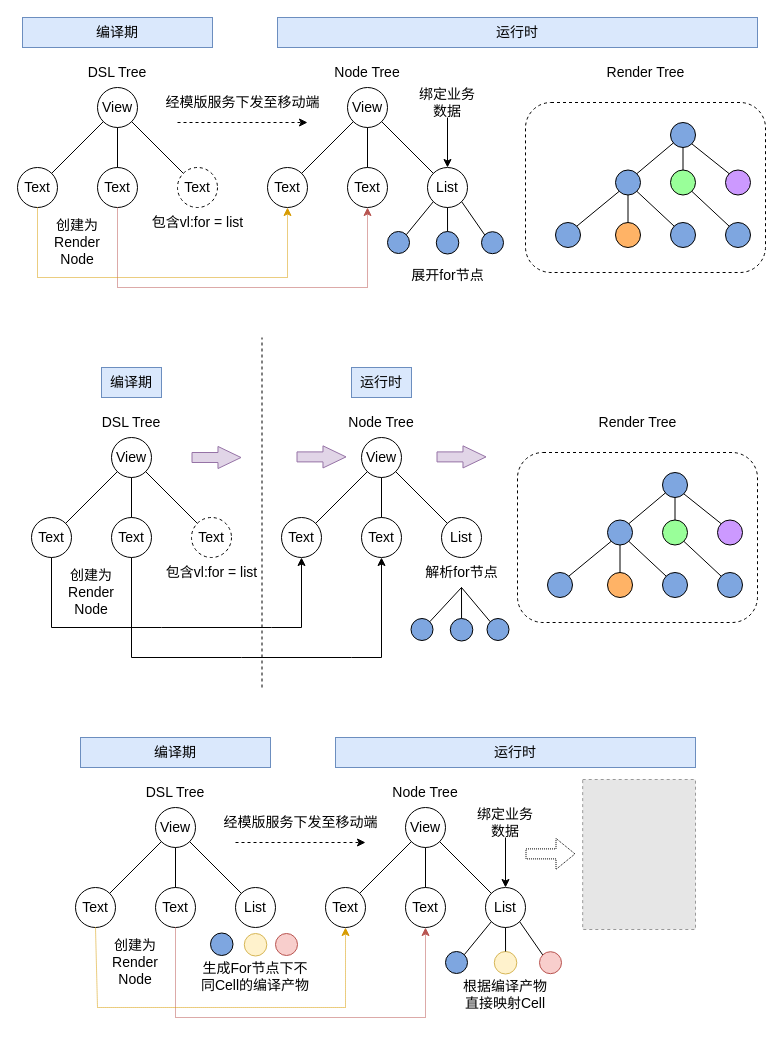
The draw.io diagram page "第 1 页" (1 of 2) of FS/未命名绘图.drawio in zqy0917/C_DR_Learn, before the edit. Source tidied: cells renumbered, new cells numbered last; positions are measured from the earlier drawing's top-left corner, leaving out a move shared by most shapes. Both pictures are drawn from the tidied source at 100%, with x=0, y=0 at pixel (17, 17). Pictures stored in the file or linked from it are replaced by grey dashed boxes.
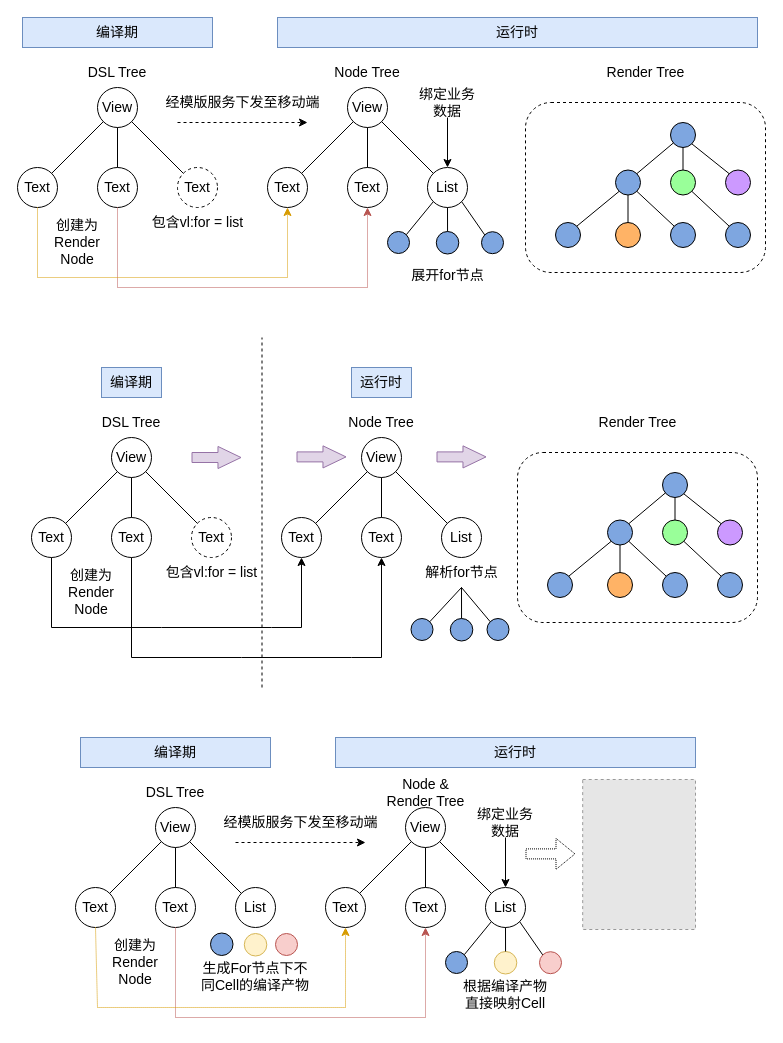
After the change.

Commit message:
更新未命名绘图.drawio

Change to the diagram source:
```diff
@@
-    <mxCell id="120" value="Node Tree" style="text;html=1;strokeColor=none;fillColor=none;align=center;verticalAlign=middle;whiteSpace=wrap;rounded=0;fontSize=14;" parent="1" vertex="1">
-      <mxGeometry x="373" y="760" width="70" height="30" as="geometry" />
+    <mxCell id="120" value="Node &amp;amp; Render Tree" style="text;html=1;strokeColor=none;fillColor=none;align=center;verticalAlign=middle;whiteSpace=wrap;rounded=0;fontSize=14;" parent="1" vertex="1">
+      <mxGeometry x="364.5" y="760" width="87" height="30" as="geometry" />
     </mxCell>
```
